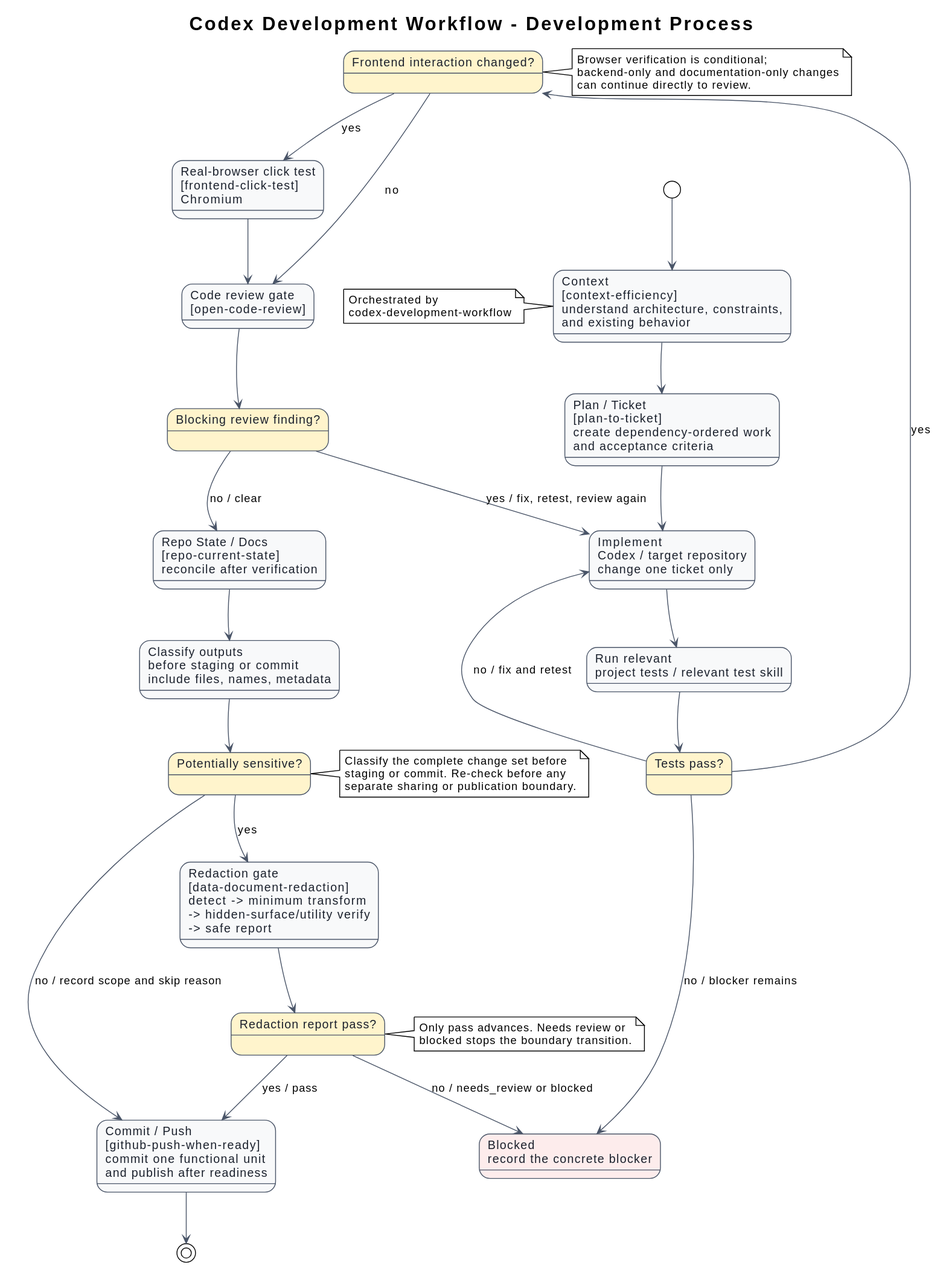
Before: docs/diagrams/architecture.svg, a diagram exported from PlantUML (i-zrhe2016/codex-development-workflow).
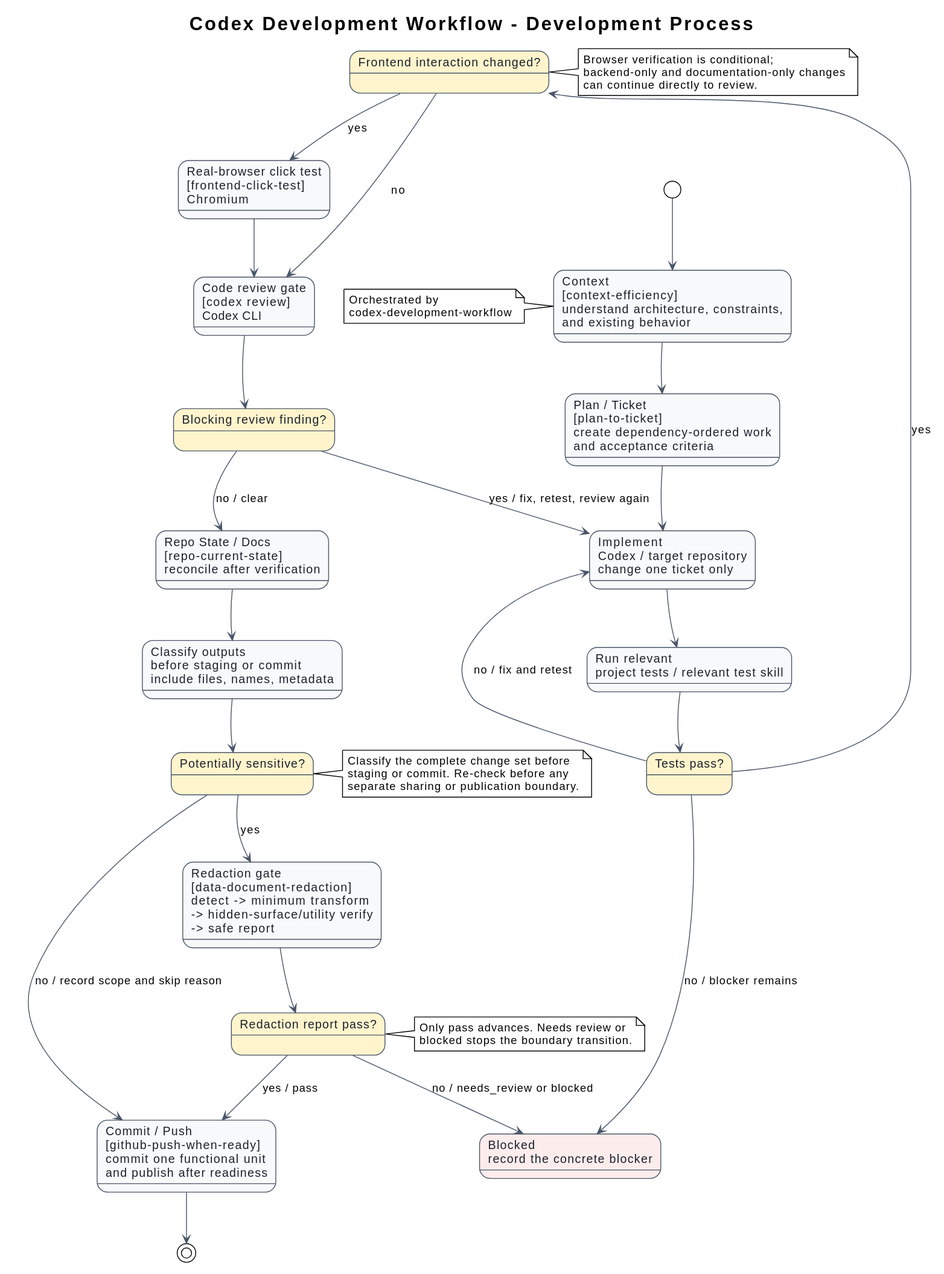
The same file after the commit.

Commit message:
feat(review): use Codex CLI review

What changed in the source:
```diff
@@ -19,7 +19,7 @@
 state "Tests pass?" as tests_gate #FFF4CC
 state "Frontend interaction changed?" as frontend_gate #FFF4CC
 state "Real-browser click test\n[frontend-click-test]\nChromium" as browser
-state "Code review gate\n[open-code-review]" as review
+state "Code review gate\n[codex review]\nCodex CLI" as review
 state "Blocking review finding?" as review_gate #FFF4CC
 state "Repo State / Docs\n[repo-current-state]\nreconcile after verification" as repo_state
 state "Classify outputs\nbefore staging or commit\ninclude files, names, metadata" as classify
```
